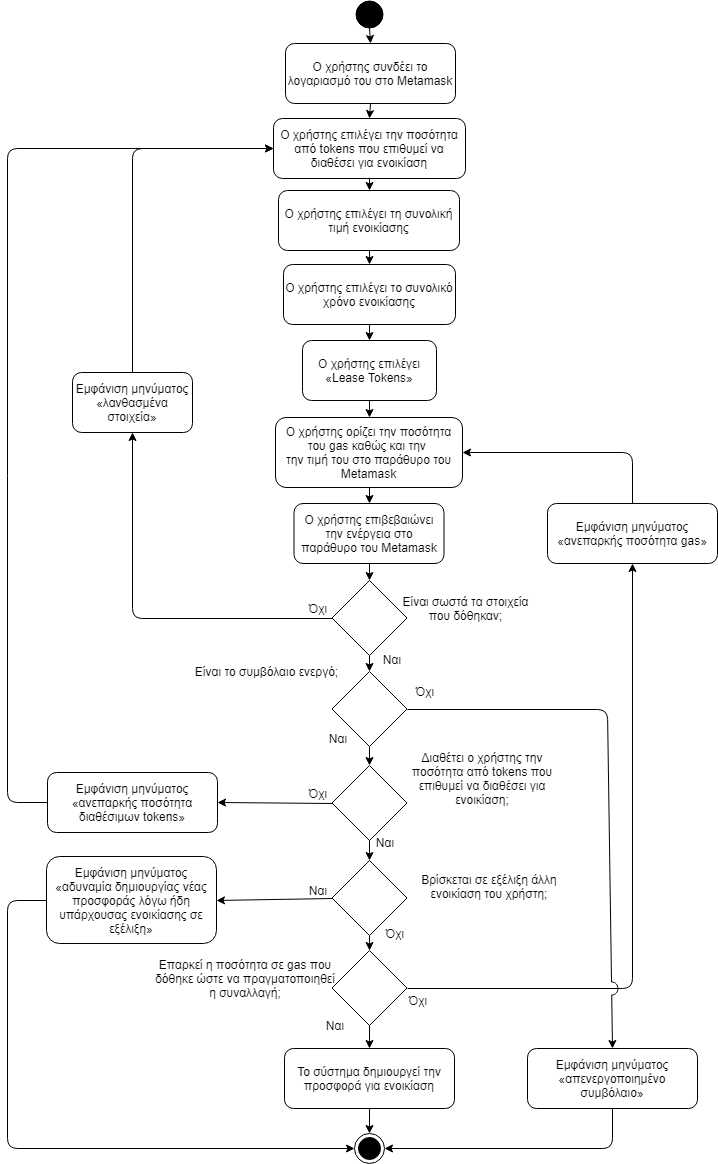
gkamtzir/Ethereum-ICO-Diploma-Thesis keeps this draw.io diagram as diagrams/CreateOffer/CreateOffer.png. Above is the earlier version. Source tidied: cells renumbered, new cells last; positions are measured from the earlier drawing's top-left corner, leaving out a move shared by most shapes.
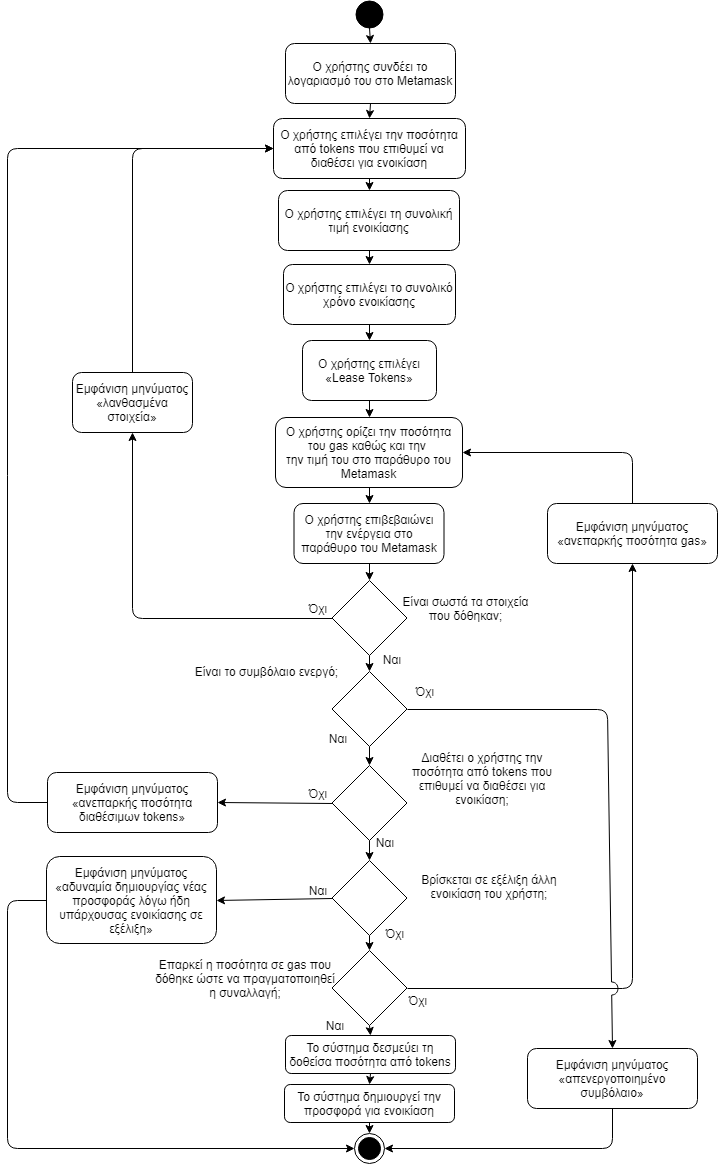
After the change.

Commit message:
Added 'store tokens' state in CreateOffer flowchart.

Diff of the diagram source:
```diff
@@ -68,7 +68,7 @@
     <mxCell id="23" style="endArrow=classic;html=1;exitX=0.5;exitY=1;exitDx=0;exitDy=0;entryX=0.5;entryY=0;entryDx=0;entryDy=0;" parent="1" edge="1" source="12" target="51">
       <mxGeometry relative="1" as="geometry" />
     </mxCell>
-    <mxCell id="24" style="endArrow=classic;html=1;exitX=0.5;exitY=1;exitDx=0;exitDy=0;entryX=0.5;entryY=0;entryDx=0;entryDy=0;" parent="1" edge="1" source="13" target="45">
+    <mxCell id="24" style="endArrow=classic;html=1;exitX=0.5;exitY=1;exitDx=0;exitDy=0;entryX=0.5;entryY=0;entryDx=0;entryDy=0;" parent="1" edge="1" source="13" target="61">
       <mxGeometry relative="1" as="geometry" />
     </mxCell>
     <mxCell id="25" value="Εμφάνιση μηνύματος «λανθασμένα στοιχεία»" style="rounded=1;whiteSpace=wrap;html=1;" parent="1" vertex="1">
@@ -161,7 +161,7 @@
       <mxGeometry x="390" y="990" width="40" height="20" as="geometry" />
     </mxCell>
     <mxCell id="45" value="Το σύστημα δημιουργεί την προσφορά για ενοικίαση" style="rounded=1;whiteSpace=wrap;html=1;" parent="1" vertex="1">
-      <mxGeometry x="277" y="1048" width="170" height="60" as="geometry" />
+      <mxGeometry x="277" y="1084" width="170" height="38" as="geometry" />
     </mxCell>
     <mxCell id="46" style="endArrow=classic;html=1;exitX=0.5;exitY=1;exitDx=0;exitDy=0;entryX=0.5;entryY=0;entryDx=0;entryDy=0;" parent="1" edge="1" source="45" target="47">
       <mxGeometry relative="1" as="geometry" />
@@ -213,5 +213,11 @@
     <mxCell id="60" style="endArrow=classic;html=1;exitX=0.5;exitY=1;exitDx=0;exitDy=0;entryX=0.5;entryY=0;entryDx=0;entryDy=0;" parent="1" edge="1" source="49" target="5">
       <mxGeometry relative="1" as="geometry" />
     </mxCell>
+    <mxCell id="61" value="Το σύστημα δεσμεύει τη δοθείσα ποσότητα από tokens" style="rounded=1;whiteSpace=wrap;html=1;" parent="1" vertex="1">
+      <mxGeometry x="278" y="1035" width="170" height="38" as="geometry" />
+    </mxCell>
+    <mxCell id="62" style="endArrow=classic;html=1;exitX=0.5;exitY=1;exitDx=0;exitDy=0;entryX=0.5;entryY=0;entryDx=0;entryDy=0;" parent="1" edge="1" source="61" target="45">
+      <mxGeometry relative="1" as="geometry" />
+    </mxCell>
   </root>
 </mxGraphModel>
```
